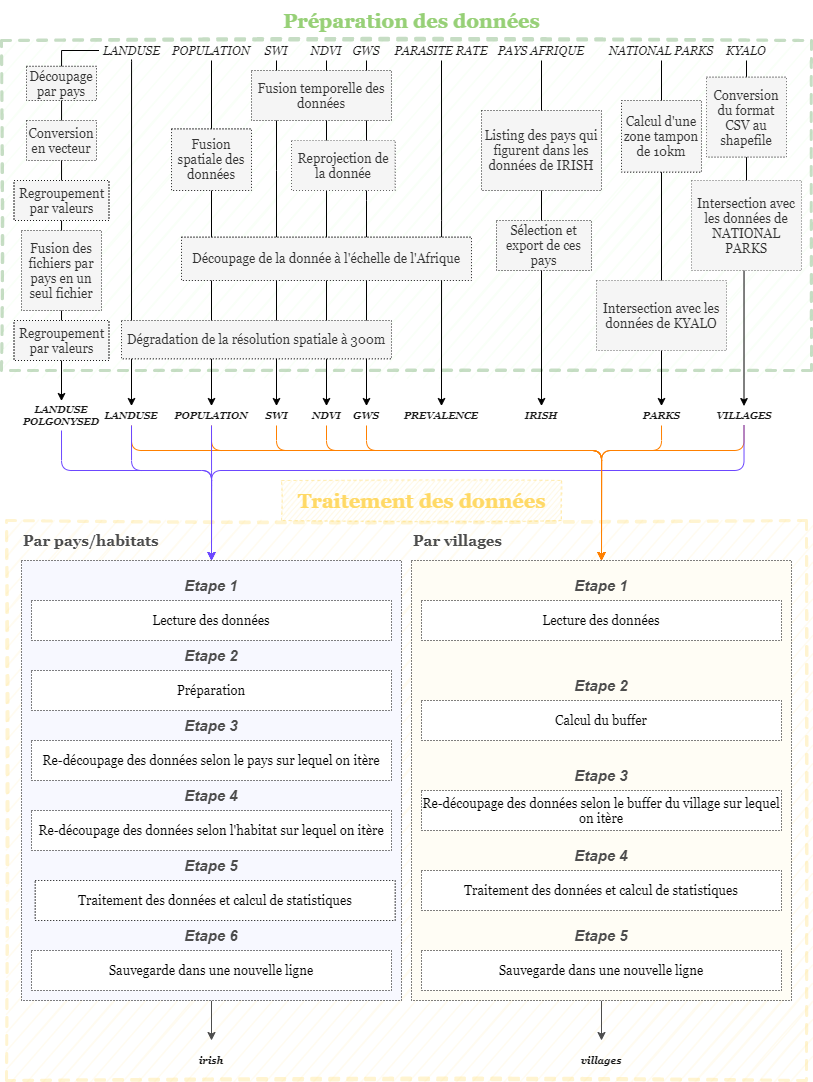
Earlier version of the draw.io export docs/INPMT_simple-Global I_O.png (pierre-manchon/INPMT). Source tidied: cells renumbered, new cells last; positions are measured from the earlier drawing's top-left corner, leaving out a move shared by most shapes.
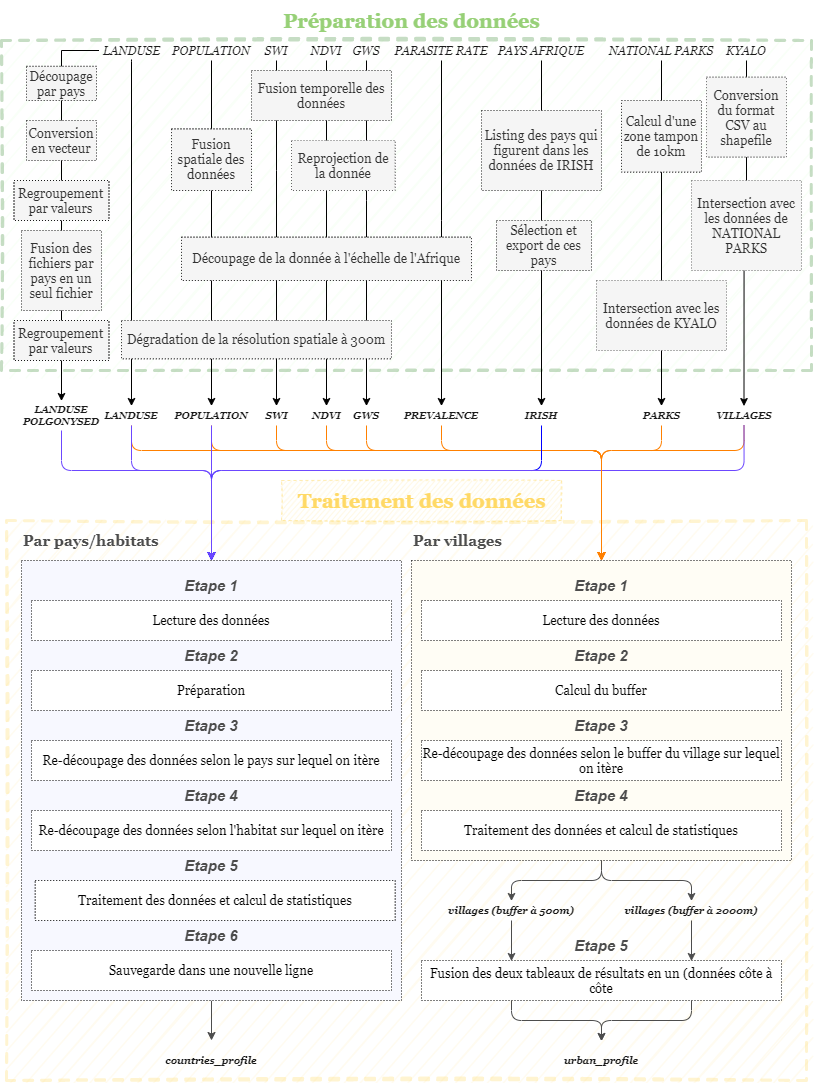
After the commit.

The edit, as a diff of the source:
```diff
@@ -212,12 +212,28 @@
     <mxCell id="48" value="Traitement des données" style="text;align=center;verticalAlign=middle;rounded=0;dashed=1;opacity=30;fontStyle=1;fontSize=20;labelBackgroundColor=none;labelBorderColor=none;html=1;labelPosition=center;verticalLabelPosition=middle;fontFamily=Georgia;strokeColor=#FFD966;fontColor=#FFD966;fillColor=#FFF2CC;sketch=1;" parent="1" vertex="1">
       <mxGeometry x="280" y="480" width="280" height="40" as="geometry" />
     </mxCell>
+    <mxCell id="92" style="edgeStyle=orthogonalEdgeStyle;rounded=1;jettySize=auto;html=1;exitX=0.5;exitY=1;exitDx=0;exitDy=0;entryX=0.5;entryY=0;entryDx=0;entryDy=0;fontSize=15;fontColor=#FFD966;strokeWidth=1;strokeColor=#FF8000;" parent="1" edge="1" source="49" target="68">
+      <mxGeometry relative="1" as="geometry">
+        <Array as="points">
+          <mxPoint x="440" y="450" />
+          <mxPoint x="600" y="450" />
+        </Array>
+      </mxGeometry>
+    </mxCell>
     <mxCell id="49" value="PREVALENCE" style="text;html=1;strokeColor=none;fillColor=none;align=center;verticalAlign=middle;whiteSpace=wrap;rounded=0;shadow=0;labelBackgroundColor=none;sketch=0;fontFamily=Georgia;fontSize=10;fontColor=#1A1A1A;fontStyle=3;rotation=0;direction=east;" parent="1" vertex="1">
       <mxGeometry x="400" y="405" width="80" height="20" as="geometry" />
     </mxCell>
     <mxCell id="50" value="Intersection avec les données de KYALO" style="rounded=0;whiteSpace=wrap;html=1;shadow=0;labelBackgroundColor=none;sketch=0;fontFamily=Georgia;fontSize=13;strokeWidth=1;dashed=1;dashPattern=1 2;fontColor=#333333;glass=0;strokeColor=#666666;fillColor=#f5f5f5;" parent="1" vertex="1">
       <mxGeometry x="595" y="280" width="130" height="70" as="geometry" />
     </mxCell>
+    <mxCell id="93" style="edgeStyle=orthogonalEdgeStyle;rounded=1;jettySize=auto;html=1;exitX=0.5;exitY=1;exitDx=0;exitDy=0;entryX=0.5;entryY=1;entryDx=0;entryDy=0;fontSize=15;fontColor=#FFD966;strokeWidth=1;strokeColor=#0000FF;" parent="1" edge="1" source="51" target="62">
+      <mxGeometry relative="1" as="geometry">
+        <Array as="points">
+          <mxPoint x="540" y="470" />
+          <mxPoint x="210" y="470" />
+        </Array>
+      </mxGeometry>
+    </mxCell>
     <mxCell id="51" value="IRISH" style="text;html=1;strokeColor=none;fillColor=none;align=center;verticalAlign=middle;whiteSpace=wrap;rounded=0;shadow=0;labelBackgroundColor=none;sketch=0;fontFamily=Georgia;fontSize=10;fontColor=#1A1A1A;fontStyle=3;rotation=0;direction=east;" parent="1" vertex="1">
       <mxGeometry x="500" y="405" width="80" height="20" as="geometry" />
     </mxCell>
@@ -272,7 +288,7 @@
     <mxCell id="63" value="Par villages" style="text;align=left;verticalAlign=middle;rounded=0;dashed=1;opacity=30;fontStyle=1;fontSize=15;labelBackgroundColor=none;labelBorderColor=none;html=1;labelPosition=center;verticalLabelPosition=middle;fontFamily=Georgia;fontColor=#4D4D4D;" parent="1" vertex="1">
       <mxGeometry x="410" y="520" width="380" height="40" as="geometry" />
     </mxCell>
-    <mxCell id="64" value="villages&lt;span style=&quot;color: rgba(0 , 0 , 0 , 0) ; font-family: monospace ; font-size: 0px ; font-style: normal ; font-weight: 400&quot;&gt;%3CmxGraphModel%3E%3Croot%3E%3CmxCell%20id%3D%220%22%2F%3E%3CmxCell%20id%3D%221%22%20parent%3D%220%22%2F%3E%3CmxCell%20id%3D%222%22%20value%3D%22POPULATION%22%20style%3D%22text%3Bhtml%3D1%3BstrokeColor%3Dnone%3BfillColor%3Dnone%3Balign%3Dcenter%3BverticalAlign%3Dmiddle%3BwhiteSpace%3Dwrap%3Brounded%3D0%3Bshadow%3D0%3BlabelBackgroundColor%3Dnone%3Bsketch%3D0%3BfontFamily%3DGeorgia%3BfontSize%3D10%3BfontColor%3D%231A1A1A%3BfontStyle%3D3%3Brotation%3D0%3Bdirection%3Deast%3B%22%20vertex%3D%221%22%20parent%3D%221%22%3E%3CmxGeometry%20x%3D%2280%22%20y%3D%221000%22%20width%3D%22350%22%20height%3D%2240%22%20as%3D%22geometry%22%2F%3E%3C%2FmxCell%3E%3C%2Froot%3E%3C%2FmxGraphModel%3&lt;/span&gt;" style="text;html=1;strokeColor=none;fillColor=none;align=center;verticalAlign=middle;whiteSpace=wrap;rounded=0;shadow=0;labelBackgroundColor=none;sketch=0;fontFamily=Georgia;fontSize=10;fontColor=#1A1A1A;fontStyle=3;rotation=0;direction=east;" parent="1" vertex="1">
+    <mxCell id="64" value="urban_profile" style="text;html=1;strokeColor=none;fillColor=none;align=center;verticalAlign=middle;whiteSpace=wrap;rounded=0;shadow=0;labelBackgroundColor=none;sketch=0;fontFamily=Georgia;fontSize=10;fontColor=#1A1A1A;fontStyle=3;rotation=0;direction=east;" parent="1" vertex="1">
       <mxGeometry x="410" y="1040" width="380" height="40" as="geometry" />
     </mxCell>
     <mxCell id="65" style="edgeStyle=orthogonalEdgeStyle;rounded=1;jettySize=auto;html=1;exitX=0.5;exitY=1;exitDx=0;exitDy=0;entryX=0.5;entryY=0;entryDx=0;entryDy=0;strokeWidth=1;strokeColor=#4D4D4D;" parent="1" edge="1" source="66" target="69">
@@ -281,13 +297,26 @@
     <mxCell id="66" style="rounded=0;whiteSpace=wrap;html=1;shadow=0;labelBackgroundColor=none;sketch=0;fontFamily=Georgia;fontSize=13;strokeWidth=1;dashed=1;dashPattern=1 2;glass=0;fillColor=#F7F8FF;" parent="1" vertex="1">
       <mxGeometry x="20" y="560" width="380" height="440" as="geometry" />
     </mxCell>
-    <mxCell id="67" style="edgeStyle=orthogonalEdgeStyle;rounded=1;jettySize=auto;html=1;exitX=0.5;exitY=1;exitDx=0;exitDy=0;entryX=0.5;entryY=0;entryDx=0;entryDy=0;strokeWidth=1;strokeColor=#4D4D4D;" parent="1" edge="1" source="68" target="64">
-      <mxGeometry relative="1" as="geometry" />
-    </mxCell>
+    <mxCell id="94" style="edgeStyle=orthogonalEdgeStyle;rounded=1;jettySize=auto;html=1;exitX=0.5;exitY=1;exitDx=0;exitDy=0;entryX=0.5;entryY=0;entryDx=0;entryDy=0;fontSize=15;fontColor=#FFD966;strokeColor=#4D4D4D;strokeWidth=0.5;" parent="1" edge="1" source="68" target="97">
+      <mxGeometry relative="1" as="geometry">
+        <Array as="points">
+          <mxPoint x="600" y="880" />
+          <mxPoint x="510" y="880" />
+        </Array>
+      </mxGeometry>
+    </mxCell>
+    <mxCell id="95" style="edgeStyle=orthogonalEdgeStyle;rounded=1;jettySize=auto;html=1;exitX=0.5;exitY=1;exitDx=0;exitDy=0;entryX=0.5;entryY=0;entryDx=0;entryDy=0;fontSize=15;fontColor=#FFD966;strokeColor=#4D4D4D;strokeWidth=0.5;" parent="1" edge="1" source="68" target="99">
+      <mxGeometry relative="1" as="geometry">
+        <Array as="points">
+          <mxPoint x="600" y="880" />
+          <mxPoint x="690" y="880" />
+        </Array>
+      </mxGeometry>
+    </mxCell>
     <mxCell id="68" style="rounded=0;whiteSpace=wrap;html=1;shadow=0;labelBackgroundColor=none;sketch=0;fontFamily=Georgia;fontSize=13;strokeWidth=1;dashed=1;dashPattern=1 2;glass=0;fillColor=#FFFDF5;" parent="1" vertex="1">
-      <mxGeometry x="410" y="560" width="380" height="440" as="geometry" />
+      <mxGeometry x="410" y="560" width="380" height="300" as="geometry" />
     </mxCell>
-    <mxCell id="69" value="irish" style="text;html=1;strokeColor=none;fillColor=none;align=center;verticalAlign=middle;whiteSpace=wrap;rounded=0;shadow=0;labelBackgroundColor=none;sketch=0;fontFamily=Georgia;fontSize=10;fontColor=#1A1A1A;fontStyle=3;rotation=0;direction=east;" parent="1" vertex="1">
+    <mxCell id="69" value="countries_profile" style="text;html=1;strokeColor=none;fillColor=none;align=center;verticalAlign=middle;whiteSpace=wrap;rounded=0;shadow=0;labelBackgroundColor=none;sketch=0;fontFamily=Georgia;fontSize=10;fontColor=#1A1A1A;fontStyle=3;rotation=0;direction=east;" parent="1" vertex="1">
       <mxGeometry x="20" y="1040" width="380" height="40" as="geometry" />
     </mxCell>
     <mxCell id="70" value="Lecture des données" style="rounded=0;whiteSpace=wrap;html=1;shadow=0;labelBackgroundColor=none;sketch=0;fontFamily=Georgia;fontSize=13;strokeWidth=1;dashed=1;dashPattern=1 2;glass=0;" parent="1" vertex="1">
@@ -330,31 +359,49 @@
       <mxGeometry x="420" y="570" width="360" height="30" as="geometry" />
     </mxCell>
     <mxCell id="83" value="Calcul du buffer" style="rounded=0;whiteSpace=wrap;html=1;shadow=0;labelBackgroundColor=none;sketch=0;fontFamily=Georgia;fontSize=13;strokeWidth=1;dashed=1;dashPattern=1 2;glass=0;" parent="1" vertex="1">
-      <mxGeometry x="420" y="700" width="360" height="40" as="geometry" />
+      <mxGeometry x="420" y="670" width="360" height="40" as="geometry" />
     </mxCell>
     <mxCell id="84" value="Etape 2" style="text;html=1;strokeColor=none;fillColor=none;align=center;verticalAlign=middle;whiteSpace=wrap;rounded=0;fontColor=#4D4D4D;fontSize=15;fontStyle=3;" parent="1" vertex="1">
-      <mxGeometry x="420" y="670" width="360" height="30" as="geometry" />
+      <mxGeometry x="420" y="640" width="360" height="30" as="geometry" />
     </mxCell>
     <mxCell id="85" value="Re-découpage des données selon le buffer du village sur lequel on itère" style="rounded=0;whiteSpace=wrap;html=1;shadow=0;labelBackgroundColor=none;sketch=0;fontFamily=Georgia;fontSize=13;strokeWidth=1;dashed=1;dashPattern=1 2;glass=0;" parent="1" vertex="1">
-      <mxGeometry x="420" y="790" width="360" height="40" as="geometry" />
+      <mxGeometry x="420" y="740" width="360" height="40" as="geometry" />
     </mxCell>
     <mxCell id="86" value="Etape 3" style="text;html=1;strokeColor=none;fillColor=none;align=center;verticalAlign=middle;whiteSpace=wrap;rounded=0;fontColor=#4D4D4D;fontSize=15;fontStyle=3;" parent="1" vertex="1">
-      <mxGeometry x="420" y="760" width="360" height="30" as="geometry" />
+      <mxGeometry x="420" y="710" width="360" height="30" as="geometry" />
     </mxCell>
     <mxCell id="87" value="Traitement des données et calcul de statistiques" style="rounded=0;whiteSpace=wrap;html=1;shadow=0;labelBackgroundColor=none;sketch=0;fontFamily=Georgia;fontSize=13;strokeWidth=1;dashed=1;dashPattern=1 2;glass=0;" parent="1" vertex="1">
-      <mxGeometry x="420" y="870" width="360" height="40" as="geometry" />
+      <mxGeometry x="420" y="810" width="360" height="40" as="geometry" />
     </mxCell>
     <mxCell id="88" value="Etape 4" style="text;html=1;strokeColor=none;fillColor=none;align=center;verticalAlign=middle;whiteSpace=wrap;rounded=0;fontColor=#4D4D4D;fontSize=15;fontStyle=3;" parent="1" vertex="1">
-      <mxGeometry x="420" y="840" width="360" height="30" as="geometry" />
+      <mxGeometry x="420" y="780" width="360" height="30" as="geometry" />
     </mxCell>
-    <mxCell id="89" value="Sauvegarde dans une nouvelle ligne" style="rounded=0;whiteSpace=wrap;html=1;shadow=0;labelBackgroundColor=none;sketch=0;fontFamily=Georgia;fontSize=13;strokeWidth=1;dashed=1;dashPattern=1 2;glass=0;" parent="1" vertex="1">
-      <mxGeometry x="420" y="950" width="360" height="40" as="geometry" />
-    </mxCell>
+    <mxCell id="91" value="Préparation" style="rounded=0;whiteSpace=wrap;html=1;shadow=0;labelBackgroundColor=none;sketch=0;fontFamily=Georgia;fontSize=13;strokeWidth=1;dashed=1;dashPattern=1 2;glass=0;" parent="1" vertex="1">
+      <mxGeometry x="30" y="670" width="360" height="40" as="geometry" />
+    </mxCell>
+    <mxCell id="96" style="edgeStyle=orthogonalEdgeStyle;rounded=1;jettySize=auto;html=1;exitX=0.5;exitY=1;exitDx=0;exitDy=0;entryX=0.25;entryY=0;entryDx=0;entryDy=0;fontSize=15;fontColor=#FFD966;strokeColor=#4D4D4D;strokeWidth=0.5;" parent="1" edge="1" source="97" target="102">
+      <mxGeometry relative="1" as="geometry" />
+    </mxCell>
+    <mxCell id="97" value="villages (buffer à 500m)&lt;span style=&quot;color: rgba(0 , 0 , 0 , 0) ; font-family: monospace ; font-size: 0px ; font-style: normal ; font-weight: 400&quot;&gt;%3CmxGraphModel%3E%3Croot%3E%3CmxCell%20id%3D%220%22%2F%3E%3CmxCell%20id%3D%221%22%20parent%3D%220%22%2F%3E%3CmxCell%20id%3D%222%22%20value%3D%22POPULATION%22%20style%3D%22text%3Bhtml%3D1%3BstrokeColor%3Dnone%3BfillColor%3Dnone%3Balign%3Dcenter%3BverticalAlign%3Dmiddle%3BwhiteSpace%3Dwrap%3Brounded%3D0%3Bshadow%3D0%3BlabelBackgroundColor%3Dnone%3Bsketch%3D0%3BfontFamily%3DGeorgia%3BfontSize%3D10%3BfontColor%3D%231A1A1A%3BfontStyle%3D3%3Brotation%3D0%3Bdirection%3Deast%3B%22%20vertex%3D%221%22%20parent%3D%221%22%3E%3CmxGeometry%20x%3D%2280%22%20y%3D%221000%22%20width%3D%22350%22%20height%3D%2240%22%20as%3D%22geometry%22%2F%3E%3C%2FmxCell%3E%3C%2Froot%3E%3C%2FmxGraphModel%3&lt;/span&gt;" style="text;html=1;strokeColor=none;fillColor=none;align=center;verticalAlign=middle;whiteSpace=wrap;rounded=0;shadow=0;labelBackgroundColor=none;sketch=0;fontFamily=Georgia;fontSize=10;fontColor=#1A1A1A;fontStyle=3;rotation=0;direction=east;" parent="1" vertex="1">
+      <mxGeometry x="420" y="900" width="180" height="20" as="geometry" />
+    </mxCell>
+    <mxCell id="98" style="edgeStyle=orthogonalEdgeStyle;rounded=1;jettySize=auto;html=1;exitX=0.5;exitY=1;exitDx=0;exitDy=0;entryX=0.75;entryY=0;entryDx=0;entryDy=0;fontSize=15;fontColor=#FFD966;strokeColor=#4D4D4D;strokeWidth=0.5;" parent="1" edge="1" source="99" target="102">
+      <mxGeometry relative="1" as="geometry" />
+    </mxCell>
+    <mxCell id="99" value="villages (buffer à 2000m)" style="text;html=1;strokeColor=none;fillColor=none;align=center;verticalAlign=middle;whiteSpace=wrap;rounded=0;shadow=0;labelBackgroundColor=none;sketch=0;fontFamily=Georgia;fontSize=10;fontColor=#1A1A1A;fontStyle=3;rotation=0;direction=east;" parent="1" vertex="1">
+      <mxGeometry x="600" y="900" width="180" height="20" as="geometry" />
+    </mxCell>
+    <mxCell id="100" style="edgeStyle=orthogonalEdgeStyle;rounded=1;jettySize=auto;html=1;exitX=0.25;exitY=1;exitDx=0;exitDy=0;entryX=0.5;entryY=0;entryDx=0;entryDy=0;fontSize=15;fontColor=#FFD966;strokeColor=#4D4D4D;strokeWidth=0.5;" parent="1" edge="1" source="102" target="64">
+      <mxGeometry relative="1" as="geometry" />
+    </mxCell>
+    <mxCell id="101" style="edgeStyle=orthogonalEdgeStyle;rounded=1;jettySize=auto;html=1;exitX=0.75;exitY=1;exitDx=0;exitDy=0;entryX=0.5;entryY=0;entryDx=0;entryDy=0;fontSize=15;fontColor=#FFD966;strokeColor=#4D4D4D;strokeWidth=0.5;" parent="1" edge="1" source="102" target="64">
+      <mxGeometry relative="1" as="geometry" />
+    </mxCell>
+    <mxCell id="102" value="Fusion des deux tableaux de résultats en un (données côte à côte" style="rounded=0;whiteSpace=wrap;html=1;shadow=0;labelBackgroundColor=none;sketch=0;fontFamily=Georgia;fontSize=13;strokeWidth=1;dashed=1;dashPattern=1 2;glass=0;" parent="1" vertex="1">
+      <mxGeometry x="420" y="960" width="360" height="40" as="geometry" />
+    </mxCell>
     <mxCell id="90" value="Etape 5" style="text;html=1;strokeColor=none;fillColor=none;align=center;verticalAlign=middle;whiteSpace=wrap;rounded=0;fontColor=#4D4D4D;fontSize=15;fontStyle=3;" parent="1" vertex="1">
-      <mxGeometry x="420" y="920" width="360" height="30" as="geometry" />
+      <mxGeometry x="420" y="930" width="360" height="30" as="geometry" />
     </mxCell>
-    <mxCell id="91" value="Préparation" style="rounded=0;whiteSpace=wrap;html=1;shadow=0;labelBackgroundColor=none;sketch=0;fontFamily=Georgia;fontSize=13;strokeWidth=1;dashed=1;dashPattern=1 2;glass=0;" parent="1" vertex="1">
-      <mxGeometry x="30" y="670" width="360" height="40" as="geometry" />
-    </mxCell>
   </root>
 </mxGraphModel>
```
